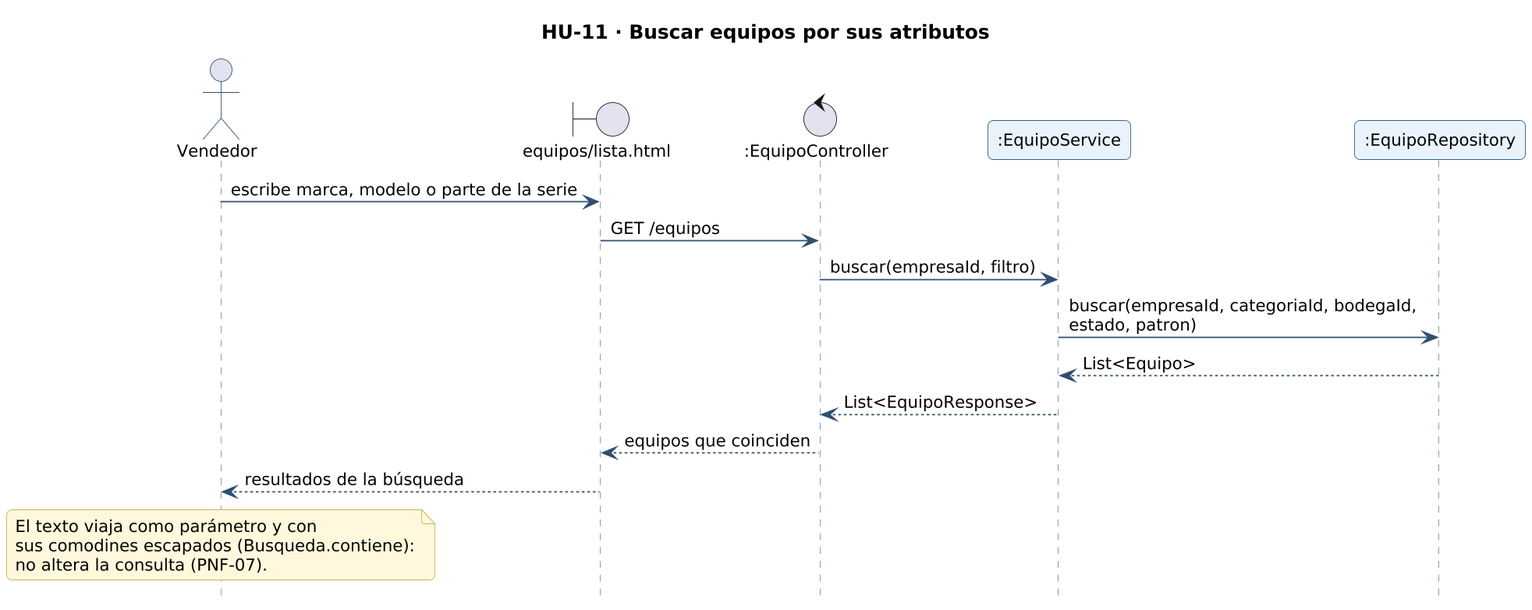
gonzaloarenasduoc/Mira keeps this PlantUML diagram as docs/diagramas/secuencia-hu-11.png. Above is the earlier version. Its diagram source:
```plantuml
@startuml secuencia-hu-11
!include _estilo.iuml
hide footbox
skinparam maxMessageSize 260
skinparam sequenceMessageAlign left
title HU-11 · Buscar equipos por sus atributos
actor "Vendedor" as A
boundary "equipos/lista.html" as L_VISTA_equipos_lista
control ":EquipoController" as L_EquipoController
participant ":EquipoService" as L_EquipoService
participant ":EquipoRepository" as L_EquipoRepository
A -> L_VISTA_equipos_lista : escribe marca, modelo o parte de la serie
L_VISTA_equipos_lista -> L_EquipoController : GET /equipos
L_EquipoController -> L_EquipoService : buscar(empresaId, filtro)
L_EquipoService -> L_EquipoRepository : buscar(empresaId, categoriaId, bodegaId, estado, patron)
L_EquipoRepository --> L_EquipoService : List<Equipo>
L_EquipoService --> L_EquipoController : List<EquipoResponse>
L_EquipoController --> L_VISTA_equipos_lista : equipos que coinciden
L_VISTA_equipos_lista --> A : resultados de la búsqueda
note over A
El texto viaja como parámetro y con
sus comodines escapados (Busqueda.contiene):
no altera la consulta (PNF-07).
end note
@enduml
```
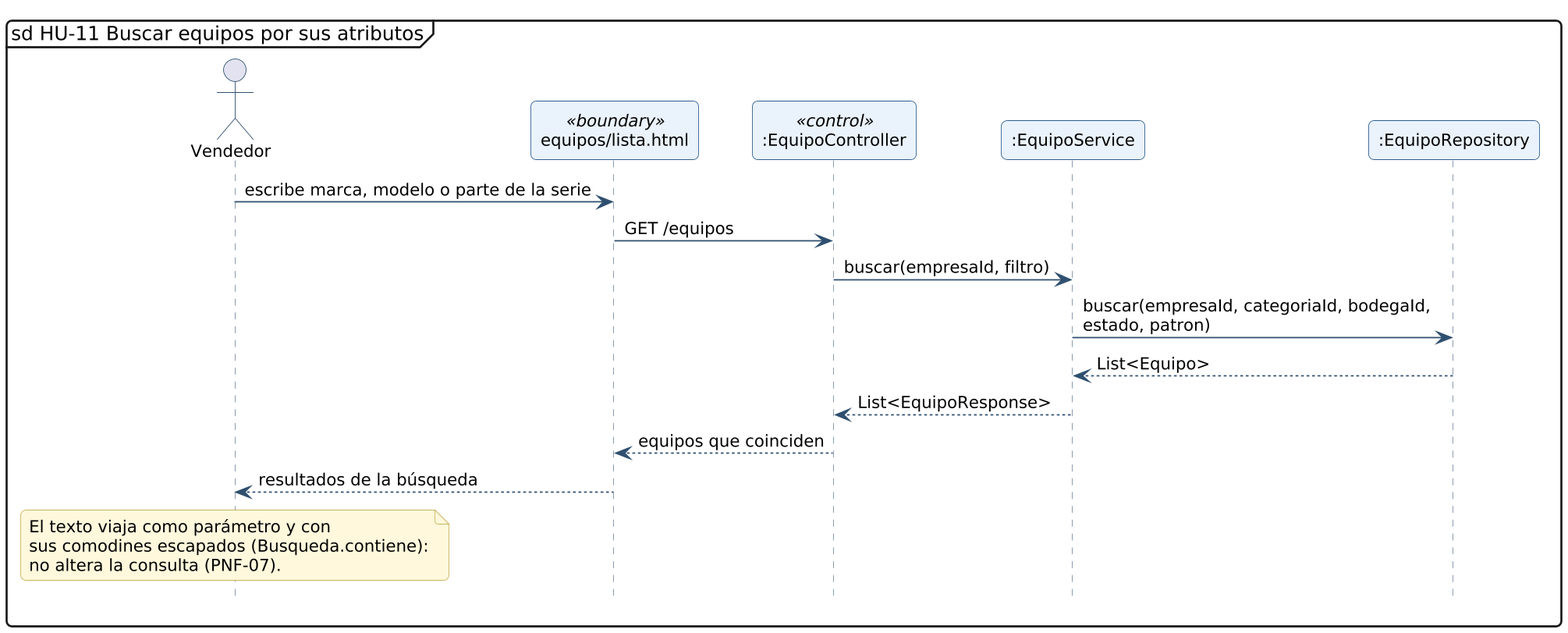
Later version of the same file.

Diff of the diagram source:
```diff
@@ -3,10 +3,10 @@
 hide footbox
 skinparam maxMessageSize 260
 skinparam sequenceMessageAlign left
-title HU-11 · Buscar equipos por sus atributos
+mainframe sd HU-11 Buscar equipos por sus atributos
 actor "Vendedor" as A
-boundary "equipos/lista.html" as L_VISTA_equipos_lista
-control ":EquipoController" as L_EquipoController
+participant "equipos/lista.html" as L_VISTA_equipos_lista <<boundary>>
+participant ":EquipoController" as L_EquipoController <<control>>
 participant ":EquipoService" as L_EquipoService
 participant ":EquipoRepository" as L_EquipoRepository
 A -> L_VISTA_equipos_lista : escribe marca, modelo o parte de la serie
```
